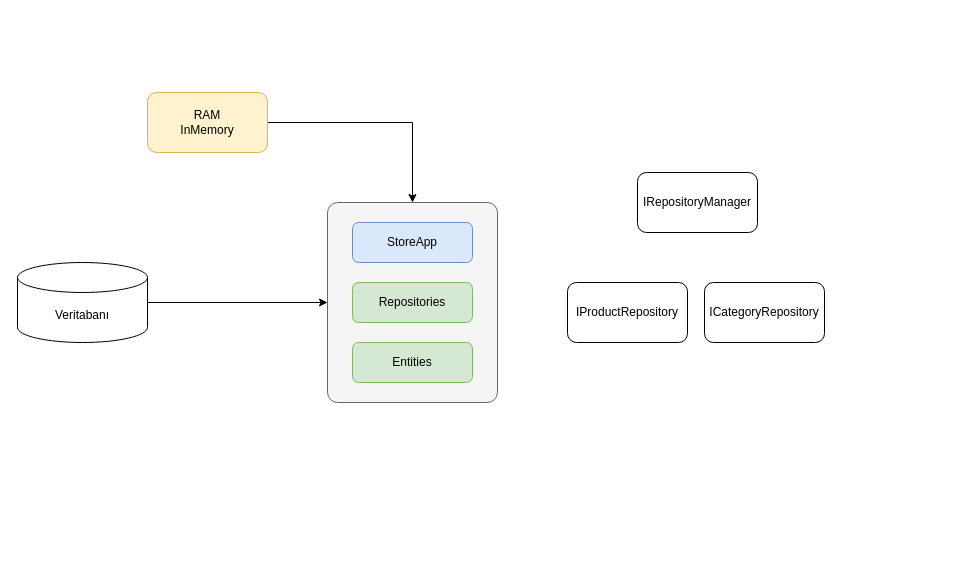
The draw.io diagram page "Sayfa -2" (2 of 3) of drawings.drawio in zcomert/sgk-mvc-egitim, before the edit. Source tidied: cells renumbered, new cells numbered last; positions are measured from the earlier drawing's top-left corner, leaving out a move shared by most shapes. Both pictures are drawn from the tidied source at 100%, with x=0, y=0 at pixel (17, 92).
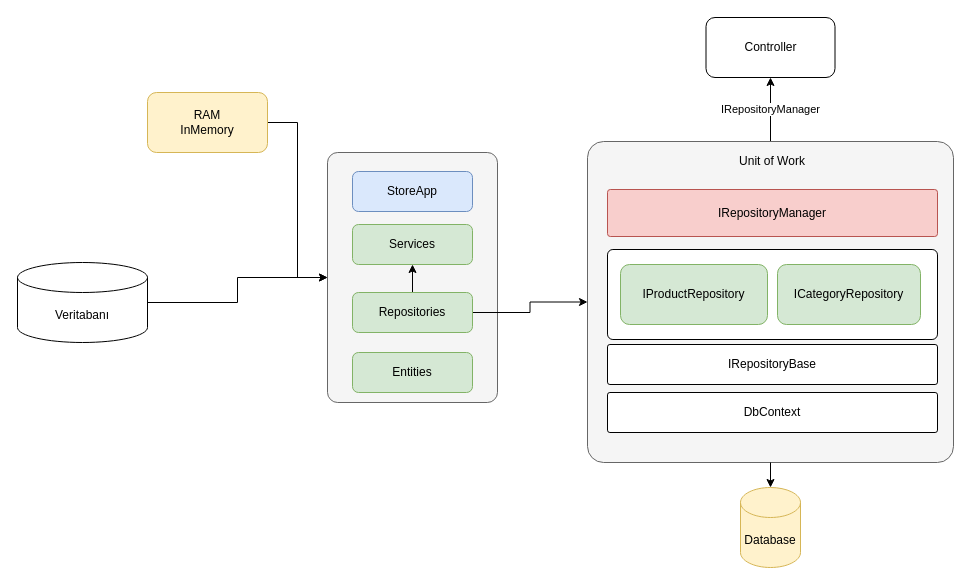
Above is the later version.

Commit message (it also covers changes not shown here):
services layer has been added.

Diff of the diagram source:
```diff
@@
     <mxCell id="2" style="rounded=1;whiteSpace=wrap;html=1;arcSize=6;fillColor=#f5f5f5;strokeColor=#666666;fontColor=#333333;" parent="1" vertex="1">
-      <mxGeometry x="310" y="110" width="170" height="200" as="geometry" />
+      <mxGeometry x="310" y="60" width="170" height="250" as="geometry" />
     </mxCell>
@@
     <mxCell id="7" value="Entities" style="rounded=1;whiteSpace=wrap;html=1;fillColor=#d5e8d4;strokeColor=#82b366;" parent="1" vertex="1">
-      <mxGeometry x="335" y="250" width="120" height="40" as="geometry" />
+      <mxGeometry x="335" y="260" width="120" height="40" as="geometry" />
     </mxCell>
     <mxCell id="8" value="StoreApp" style="rounded=1;whiteSpace=wrap;html=1;fillColor=#dae8fc;strokeColor=#6c8ebf;" parent="1" vertex="1">
-      <mxGeometry x="335" y="130" width="120" height="40" as="geometry" />
+      <mxGeometry x="335" y="79" width="120" height="40" as="geometry" />
     </mxCell>
+    <mxCell id="13" style="edgeStyle=orthogonalEdgeStyle;rounded=0;jettySize=auto;html=1;entryX=0;entryY=0.5;entryDx=0;entryDy=0;" parent="1" edge="1" source="9" target="16">
+      <mxGeometry relative="1" as="geometry" />
+    </mxCell>
+    <mxCell id="14" style="edgeStyle=orthogonalEdgeStyle;rounded=0;jettySize=auto;html=1;" parent="1" edge="1" source="9" target="25">
+      <mxGeometry relative="1" as="geometry" />
+    </mxCell>
     <mxCell id="9" value="Repositories" style="rounded=1;whiteSpace=wrap;html=1;fillColor=#d5e8d4;strokeColor=#82b366;" parent="1" vertex="1">
-      <mxGeometry x="335" y="190" width="120" height="40" as="geometry" />
+      <mxGeometry x="335" y="200" width="120" height="40" as="geometry" />
     </mxCell>
+    <mxCell id="15" value="IRepositoryManager" style="edgeStyle=orthogonalEdgeStyle;rounded=0;jettySize=auto;html=1;entryX=0.5;entryY=1;entryDx=0;entryDy=0;" parent="1" edge="1" source="16" target="19">
+      <mxGeometry relative="1" as="geometry" />
+    </mxCell>
+    <mxCell id="16" style="rounded=1;whiteSpace=wrap;html=1;fillColor=#f5f5f5;strokeColor=#666666;fontColor=#333333;arcSize=5;" parent="1" vertex="1">
+      <mxGeometry x="570" y="49" width="366" height="321" as="geometry" />
+    </mxCell>
+    <mxCell id="17" style="rounded=1;whiteSpace=wrap;html=1;arcSize=6;" parent="1" vertex="1">
+      <mxGeometry x="590" y="157" width="330" height="90" as="geometry" />
+    </mxCell>
+    <mxCell id="18" style="edgeStyle=orthogonalEdgeStyle;rounded=0;jettySize=auto;html=1;entryX=0.5;entryY=0;entryDx=0;entryDy=0;entryPerimeter=0;" parent="1" edge="1" source="16" target="20">
+      <mxGeometry relative="1" as="geometry" />
+    </mxCell>
+    <mxCell id="19" value="Controller" style="rounded=1;whiteSpace=wrap;html=1;" parent="1" vertex="1">
+      <mxGeometry x="688.5" y="-75" width="129" height="60" as="geometry" />
+    </mxCell>
+    <mxCell id="20" value="Database" style="shape=cylinder3;whiteSpace=wrap;html=1;boundedLbl=1;backgroundOutline=1;size=15;fillColor=#fff2cc;strokeColor=#d6b656;" parent="1" vertex="1">
+      <mxGeometry x="723" y="395" width="60" height="80" as="geometry" />
+    </mxCell>
-    <mxCell id="10" value="IProductRepository" style="rounded=1;whiteSpace=wrap;html=1;" parent="1" vertex="1">
-      <mxGeometry x="550" y="190" width="120" height="60" as="geometry" />
+    <mxCell id="10" value="IProductRepository" style="rounded=1;whiteSpace=wrap;html=1;fillColor=#d5e8d4;strokeColor=#82b366;" parent="1" vertex="1">
+      <mxGeometry x="603" y="172" width="147" height="60" as="geometry" />
     </mxCell>
-    <mxCell id="11" value="ICategoryRepository" style="rounded=1;whiteSpace=wrap;html=1;" parent="1" vertex="1">
-      <mxGeometry x="687" y="190" width="120" height="60" as="geometry" />
+    <mxCell id="11" value="ICategoryRepository" style="rounded=1;whiteSpace=wrap;html=1;fillColor=#d5e8d4;strokeColor=#82b366;" parent="1" vertex="1">
+      <mxGeometry x="760" y="172" width="143" height="60" as="geometry" />
     </mxCell>
-    <mxCell id="12" value="IRepositoryManager" style="rounded=1;whiteSpace=wrap;html=1;" parent="1" vertex="1">
-      <mxGeometry x="620" y="80" width="120" height="60" as="geometry" />
-    </mxCell>
+    <mxCell id="21" value="Unit of Work" style="text;html=1;strokeColor=none;fillColor=none;align=center;verticalAlign=middle;whiteSpace=wrap;rounded=0;" parent="1" vertex="1">
+      <mxGeometry x="590" y="59" width="330" height="20" as="geometry" />
+    </mxCell>
+    <mxCell id="22" value="DbContext" style="rounded=1;whiteSpace=wrap;html=1;arcSize=6;" parent="1" vertex="1">
+      <mxGeometry x="590" y="300" width="330" height="40" as="geometry" />
+    </mxCell>
+    <mxCell id="23" value="IRepositoryManager" style="rounded=1;whiteSpace=wrap;html=1;arcSize=6;fillColor=#f8cecc;strokeColor=#b85450;" parent="1" vertex="1">
+      <mxGeometry x="590" y="97" width="330" height="47" as="geometry" />
+    </mxCell>
+    <mxCell id="24" value="IRepositoryBase" style="rounded=1;whiteSpace=wrap;html=1;arcSize=6;" parent="1" vertex="1">
+      <mxGeometry x="590" y="252" width="330" height="40" as="geometry" />
+    </mxCell>
+    <mxCell id="25" value="Services" style="rounded=1;whiteSpace=wrap;html=1;fillColor=#d5e8d4;strokeColor=#82b366;" parent="1" vertex="1">
+      <mxGeometry x="335" y="132" width="120" height="40" as="geometry" />
+    </mxCell>
```
